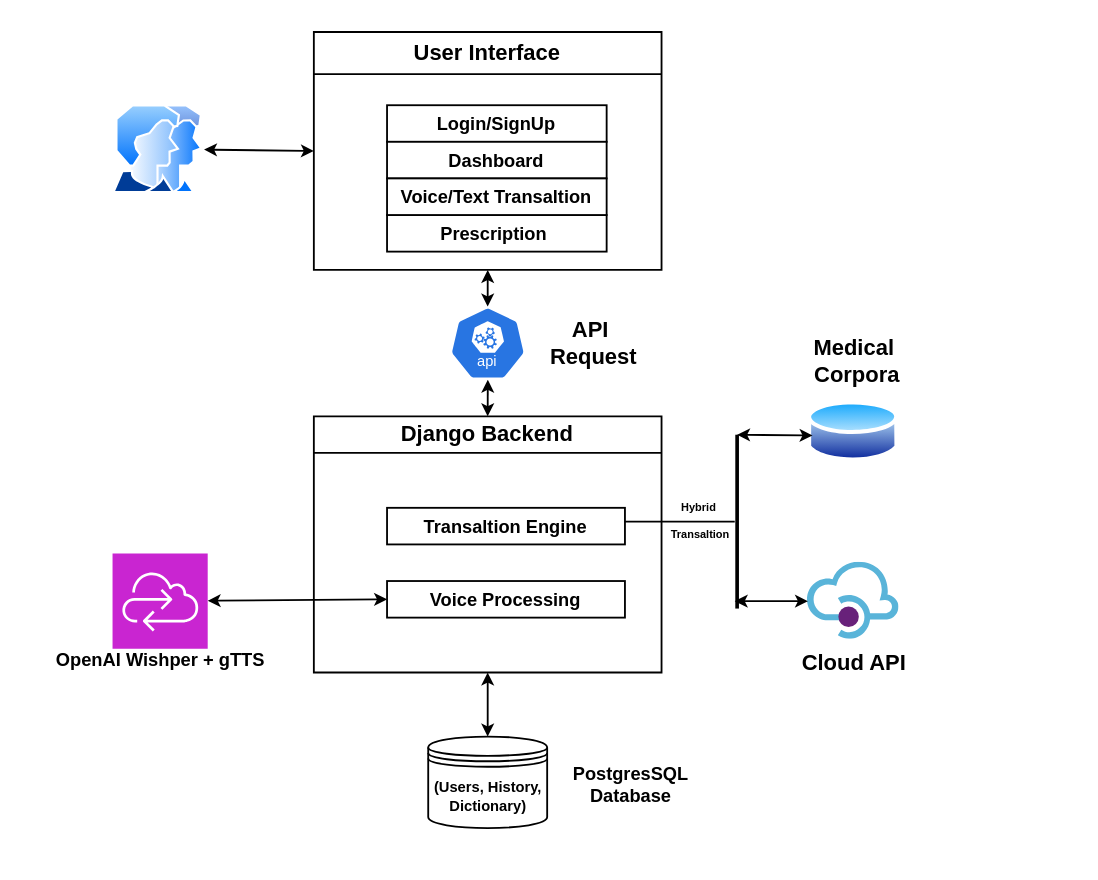
Before: System Architecture.drawio in HariniRavi490/Translation_app_diagrams, a draw.io diagram. Source tidied: cells renumbered, new cells numbered last; positions are measured from the earlier drawing's top-left corner, leaving out a move shared by most shapes. Both pictures are drawn from the tidied source at 183%, with x=0, y=0 at pixel (31, 31).
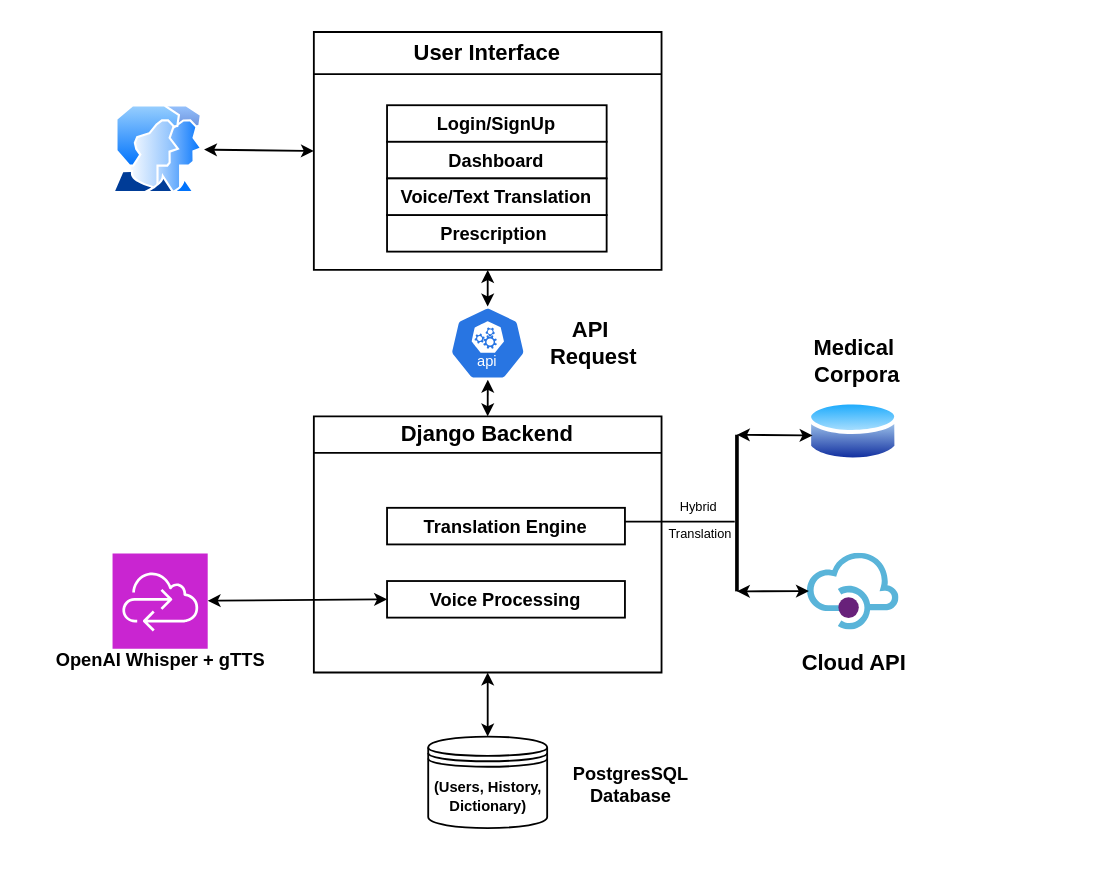
After the change.

The change refers to these unchanged cells:
```xml
<mxCell id="3" value="Django Backend" style="swimlane;whiteSpace=wrap;html=1;startSize=20;" parent="1" vertex="1">
  <mxGeometry x="154" y="210" width="190" height="140" as="geometry" />
</mxCell>
<mxCell id="8" value="User Interface" style="swimlane;whiteSpace=wrap;html=1;" parent="1" vertex="1">
  <mxGeometry x="154" width="190" height="130" as="geometry" />
</mxCell>
```

The edit, as a diff of the source:
```diff
@@
-    <mxCell id="4" value="&lt;h5 style=&quot;text-wrap-mode: nowrap;&quot;&gt;Transaltion Engine&lt;/h5&gt;" style="whiteSpace=wrap;html=1;" parent="3" vertex="1">
+    <mxCell id="4" value="&lt;h5 style=&quot;text-wrap-mode: nowrap;&quot;&gt;Translation Engine&lt;/h5&gt;" style="whiteSpace=wrap;html=1;" parent="3" vertex="1">
       <mxGeometry x="40" y="50" width="130" height="20" as="geometry" />
     </mxCell>
@@
-    <mxCell id="12" value="&lt;h5 style=&quot;text-wrap-mode: nowrap;&quot;&gt;Voice/Text Transaltion&lt;/h5&gt;" style="whiteSpace=wrap;html=1;" parent="8" vertex="1">
+    <mxCell id="12" value="&lt;h5 style=&quot;text-wrap-mode: nowrap;&quot;&gt;Voice/Text Translation&lt;/h5&gt;" style="whiteSpace=wrap;html=1;" parent="8" vertex="1">
       <mxGeometry x="40" y="80" width="120" height="20" as="geometry" />
     </mxCell>
@@
     <mxCell id="15" style="image;sketch=0;html=1;points=[];align=center;fontSize=12;image=img/lib/mscae/API_Management.svg;" parent="1" vertex="1">
-      <mxGeometry x="424" y="290" width="50" height="42" as="geometry" />
+      <mxGeometry x="424" y="285" width="50" height="42" as="geometry" />
     </mxCell>
     <mxCell id="16" style="line;strokeWidth=2;html=1;rotation=-90;" parent="1" vertex="1">
-      <mxGeometry x="337.8" y="88.8" width="95" height="357.5" as="geometry" />
+      <mxGeometry x="342.4" y="84.1" width="85.6" height="357.5" as="geometry" />
     </mxCell>
@@
-    <mxCell id="18" style="edgeStyle=none;orthogonalLoop=1;jettySize=auto;html=1;endArrow=classic;startArrow=classic;endSize=4;startSize=4;rounded=0;" parent="1" edge="1">
-      <mxGeometry relative="1" as="geometry">
-        <mxPoint x="384" y="311" as="sourcePoint" />
-        <mxPoint x="424" y="311" as="targetPoint" />
-      </mxGeometry>
+    <mxCell id="18" style="edgeStyle=none;jettySize=auto;html=1;endArrow=classic;startArrow=classic;endSize=4;startSize=4;rounded=0;exitX=0;exitY=0.5;exitDx=0;exitDy=0;exitPerimeter=0;entryX=0.01;entryY=0.488;entryDx=0;entryDy=0;entryPerimeter=0;" parent="1" edge="1" source="16" target="15">
+      <mxGeometry relative="1" as="geometry" />
     </mxCell>
@@
-    <mxCell id="30" value="&lt;p&gt;&lt;font style=&quot;font-size: 10px;&quot;&gt;&lt;b&gt;OpenAI Wishper + gTTS&lt;/b&gt;&lt;/font&gt;&lt;/p&gt;" style="text;html=1;align=center;verticalAlign=middle;strokeColor=none;fillColor=none;" parent="1" vertex="1">
+    <mxCell id="30" value="&lt;p&gt;&lt;font style=&quot;font-size: 10px;&quot;&gt;&lt;b&gt;OpenAI Whisper + gTTS&lt;/b&gt;&lt;/font&gt;&lt;/p&gt;" style="text;html=1;align=center;verticalAlign=middle;strokeColor=none;fillColor=none;" parent="1" vertex="1">
       <mxGeometry y="318" width="140" height="50" as="geometry" />
     </mxCell>
-    <mxCell id="31" value="&lt;font style=&quot;font-size: 6px;&quot;&gt;&lt;b&gt;Hybrid&amp;nbsp;&lt;/b&gt;&lt;/font&gt;&lt;div&gt;&lt;font style=&quot;font-size: 6px;&quot;&gt;&lt;b&gt;Transaltion&lt;/b&gt;&lt;/font&gt;&lt;/div&gt;" style="text;html=1;align=center;verticalAlign=middle;strokeColor=none;fillColor=none;" parent="1" vertex="1">
+    <mxCell id="31" value="&lt;font style=&quot;font-size: 7px;&quot;&gt;Hybrid&amp;nbsp;&lt;/font&gt;&lt;div&gt;&lt;font style=&quot;font-size: 7px;&quot;&gt;Translation&lt;/font&gt;&lt;/div&gt;" style="text;html=1;align=center;verticalAlign=middle;strokeColor=none;fillColor=none;" parent="1" vertex="1">
       <mxGeometry x="334.8" y="245" width="60" height="40" as="geometry" />
     </mxCell>
```
